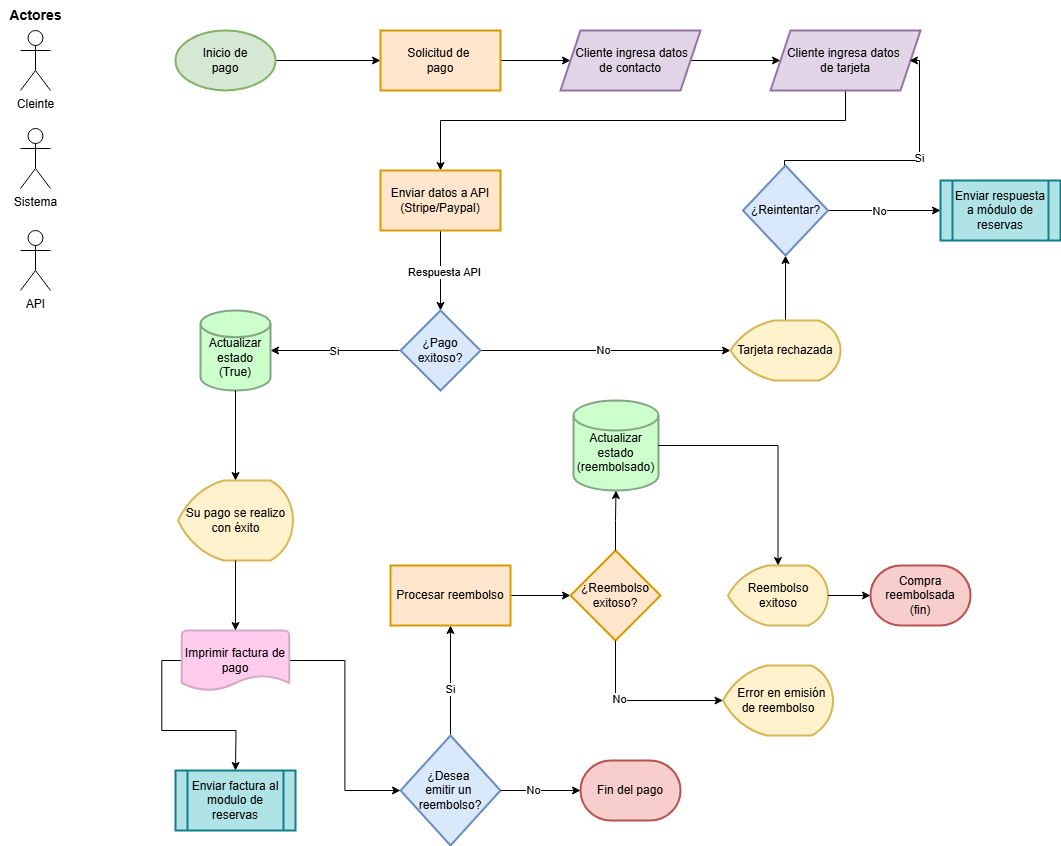
The draw.io diagram Flujograma de pago.png in DjGuetta/App-Hotel-Management, before a commit. Source tidied: cells renumbered, new cells last; positions are measured from the earlier drawing's top-left corner, leaving out a move shared by most shapes.
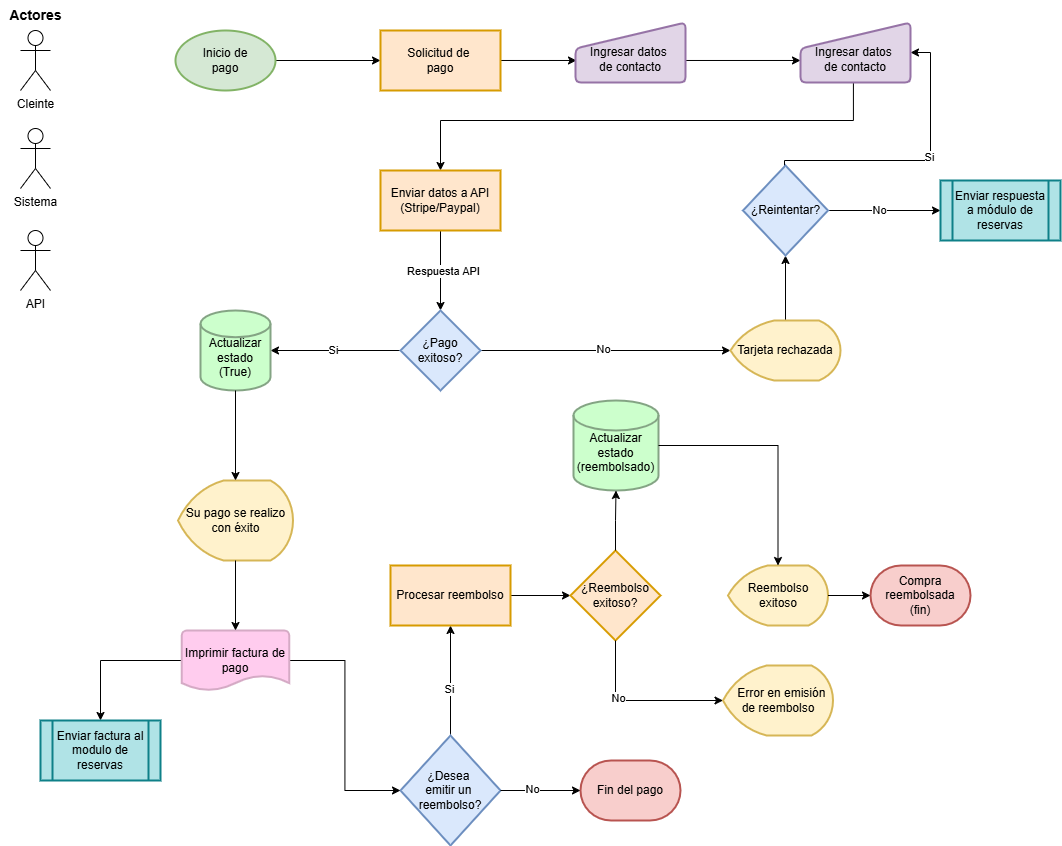
The same file after the commit.

Commit message:
Corrigiendo simbolos de diagrama de entrada manual

The edit, as a diff of the source:
```diff
@@ -8,29 +8,20 @@
     <mxCell id="3" value="Inicio de&lt;div&gt;pago&lt;/div&gt;" style="strokeWidth=2;html=1;shape=mxgraph.flowchart.start_1;whiteSpace=wrap;fillColor=#d5e8d4;strokeColor=#82b366;" parent="1" vertex="1">
       <mxGeometry x="175" y="30" width="100" height="60" as="geometry" />
     </mxCell>
-    <mxCell id="4" style="edgeStyle=orthogonalEdgeStyle;rounded=0;jettySize=auto;html=1;" parent="1" edge="1" source="5" target="7">
+    <mxCell id="4" style="edgeStyle=orthogonalEdgeStyle;rounded=0;jettySize=auto;html=1;entryX=0.009;entryY=0.633;entryDx=0;entryDy=0;entryPerimeter=0;" parent="1" edge="1" source="5" target="57">
       <mxGeometry relative="1" as="geometry" />
     </mxCell>
     <mxCell id="5" value="Solicitud de&amp;nbsp;&lt;div&gt;pago&lt;/div&gt;" style="whiteSpace=wrap;html=1;strokeWidth=2;fillColor=#ffe6cc;strokeColor=#d79b00;" parent="1" vertex="1">
       <mxGeometry x="380" y="30" width="120" height="60" as="geometry" />
     </mxCell>
-    <mxCell id="6" style="edgeStyle=orthogonalEdgeStyle;rounded=0;jettySize=auto;html=1;" parent="1" edge="1" source="7" target="9">
-      <mxGeometry relative="1" as="geometry" />
-    </mxCell>
-    <mxCell id="7" value="&amp;nbsp; Cliente ingresa datos&amp;nbsp;&lt;div&gt;de contacto&lt;/div&gt;" style="shape=parallelogram;perimeter=parallelogramPerimeter;whiteSpace=wrap;html=1;fixedSize=1;strokeWidth=2;fillColor=#e1d5e7;strokeColor=#9673a6;" parent="1" vertex="1">
-      <mxGeometry x="560" y="30" width="140" height="60" as="geometry" />
-    </mxCell>
-    <mxCell id="8" style="edgeStyle=orthogonalEdgeStyle;rounded=0;jettySize=auto;html=1;" parent="1" edge="1" source="9" target="12">
+    <mxCell id="8" style="edgeStyle=orthogonalEdgeStyle;rounded=0;jettySize=auto;html=1;exitX=0.481;exitY=1.009;exitDx=0;exitDy=0;exitPerimeter=0;" parent="1" edge="1" source="58" target="12">
       <mxGeometry relative="1" as="geometry">
         <Array as="points">
-          <mxPoint x="845" y="120" />
+          <mxPoint x="853" y="120" />
           <mxPoint x="440" y="120" />
         </Array>
       </mxGeometry>
     </mxCell>
-    <mxCell id="9" value="Cliente ingresa datos&amp;nbsp;&lt;div&gt;de tarjeta&lt;/div&gt;" style="shape=parallelogram;perimeter=parallelogramPerimeter;whiteSpace=wrap;html=1;fixedSize=1;strokeWidth=2;fillColor=#e1d5e7;strokeColor=#9673a6;" parent="1" vertex="1">
-      <mxGeometry x="770" y="30" width="150" height="60" as="geometry" />
-    </mxCell>
     <mxCell id="10" style="edgeStyle=orthogonalEdgeStyle;rounded=0;jettySize=auto;html=1;" parent="1" edge="1" source="12" target="24">
       <mxGeometry relative="1" as="geometry" />
     </mxCell>
@@ -62,20 +53,19 @@
     <mxCell id="18" style="edgeStyle=orthogonalEdgeStyle;rounded=0;jettySize=auto;html=1;" parent="1" edge="1" source="25" target="23">
       <mxGeometry relative="1" as="geometry" />
     </mxCell>
-    <mxCell id="19" style="edgeStyle=orthogonalEdgeStyle;rounded=0;orthogonalLoop=1;jettySize=auto;html=1;exitX=0.5;exitY=0;exitDx=0;exitDy=0;entryX=1;entryY=0.5;entryDx=0;entryDy=0;" parent="1" edge="1">
+    <mxCell id="19" style="edgeStyle=orthogonalEdgeStyle;rounded=0;jettySize=auto;html=1;exitX=0.5;exitY=0;exitDx=0;exitDy=0;entryX=1;entryY=0.5;entryDx=0;entryDy=0;" parent="1" edge="1" target="58">
       <mxGeometry relative="1" as="geometry">
         <mxPoint x="784" y="170" as="sourcePoint" />
-        <mxPoint x="909" y="60" as="targetPoint" />
         <Array as="points">
           <mxPoint x="784" y="160" />
-          <mxPoint x="919" y="160" />
-          <mxPoint x="919" y="60" />
+          <mxPoint x="930" y="160" />
+          <mxPoint x="930" y="52" />
         </Array>
       </mxGeometry>
     </mxCell>
     <mxCell id="20" value="Si" style="edgeLabel;html=1;align=center;verticalAlign=middle;" parent="19" vertex="1">
       <mxGeometry x="0.09" y="-1" relative="1" as="geometry">
-        <mxPoint x="5" y="-4" as="offset" />
+        <mxPoint y="-4" as="offset" />
       </mxGeometry>
     </mxCell>
     <mxCell id="21" style="edgeStyle=orthogonalEdgeStyle;rounded=0;jettySize=auto;html=1;entryX=0;entryY=0.5;entryDx=0;entryDy=0;entryPerimeter=0;" parent="1" edge="1" source="23">
@@ -138,10 +128,8 @@
     <mxCell id="38" style="edgeStyle=orthogonalEdgeStyle;rounded=0;jettySize=auto;html=1;exitX=1;exitY=0.5;exitDx=0;exitDy=0;exitPerimeter=0;entryX=0;entryY=0.5;entryDx=0;entryDy=0;entryPerimeter=0;" parent="1" edge="1" source="36" target="37">
       <mxGeometry relative="1" as="geometry" />
     </mxCell>
-    <mxCell id="39" style="edgeStyle=orthogonalEdgeStyle;rounded=0;jettySize=auto;html=1;exitX=0;exitY=0.5;exitDx=0;exitDy=0;exitPerimeter=0;entryX=0.5;entryY=0;entryDx=0;entryDy=0;" parent="1" edge="1" source="41">
-      <mxGeometry relative="1" as="geometry">
-        <mxPoint x="235" y="770" as="targetPoint" />
-      </mxGeometry>
+    <mxCell id="39" style="edgeStyle=orthogonalEdgeStyle;rounded=0;jettySize=auto;html=1;exitX=0;exitY=0.5;exitDx=0;exitDy=0;exitPerimeter=0;entryX=0.5;entryY=0;entryDx=0;entryDy=0;" parent="1" edge="1" source="41" target="43">
+      <mxGeometry relative="1" as="geometry" />
     </mxCell>
     <mxCell id="40" style="edgeStyle=orthogonalEdgeStyle;rounded=0;jettySize=auto;html=1;exitX=1;exitY=0.5;exitDx=0;exitDy=0;exitPerimeter=0;entryX=0;entryY=0.5;entryDx=0;entryDy=0;" parent="1" edge="1" source="41" target="30">
       <mxGeometry relative="1" as="geometry" />
@@ -153,7 +141,7 @@
       <mxGeometry relative="1" as="geometry" />
     </mxCell>
     <mxCell id="43" value="Enviar factura al modulo de reservas" style="shape=process;whiteSpace=wrap;html=1;backgroundOutline=1;strokeWidth=2;fillColor=#b0e3e6;strokeColor=#0e8088;" parent="1" vertex="1">
-      <mxGeometry x="175" y="770" width="120" height="60" as="geometry" />
+      <mxGeometry x="40" y="720" width="120" height="60" as="geometry" />
     </mxCell>
     <mxCell id="44" value="Cleinte" style="shape=umlActor;verticalLabelPosition=bottom;verticalAlign=top;html=1;" parent="1" vertex="1">
       <mxGeometry x="20" y="30" width="30" height="60" as="geometry" />
@@ -193,5 +181,14 @@
     <mxCell id="55" value="Enviar respuesta a módulo de reservas" style="shape=process;whiteSpace=wrap;html=1;backgroundOutline=1;strokeWidth=2;fillColor=#b0e3e6;strokeColor=#0e8088;" parent="1" vertex="1">
       <mxGeometry x="940" y="180" width="120" height="60" as="geometry" />
     </mxCell>
+    <mxCell id="56" style="edgeStyle=orthogonalEdgeStyle;rounded=0;jettySize=auto;html=1;exitX=0.955;exitY=0.633;exitDx=0;exitDy=0;entryX=0;entryY=0.633;entryDx=0;entryDy=0;entryPerimeter=0;exitPerimeter=0;" parent="1" edge="1" source="57" target="58">
+      <mxGeometry relative="1" as="geometry" />
+    </mxCell>
+    <mxCell id="57" value="&amp;nbsp;&amp;nbsp;&lt;div&gt;&lt;span style=&quot;background-color: transparent; color: light-dark(rgb(0, 0, 0), rgb(255, 255, 255));&quot;&gt;Ingresar datos&amp;nbsp;&lt;/span&gt;&lt;/div&gt;&lt;div&gt;&lt;div&gt;de contacto&lt;/div&gt;&lt;/div&gt;" style="html=1;strokeWidth=2;shape=manualInput;whiteSpace=wrap;rounded=1;size=26;arcSize=11;fillColor=#e1d5e7;strokeColor=#9673a6;" parent="1" vertex="1">
+      <mxGeometry x="575" y="22" width="110" height="60" as="geometry" />
+    </mxCell>
+    <mxCell id="58" value="&amp;nbsp;&amp;nbsp;&lt;div&gt;&lt;span style=&quot;background-color: transparent; color: light-dark(rgb(0, 0, 0), rgb(255, 255, 255));&quot;&gt;Ingresar datos&amp;nbsp;&lt;/span&gt;&lt;/div&gt;&lt;div&gt;&lt;div&gt;de contacto&lt;/div&gt;&lt;/div&gt;" style="html=1;strokeWidth=2;shape=manualInput;whiteSpace=wrap;rounded=1;size=26;arcSize=11;fillColor=#e1d5e7;strokeColor=#9673a6;" parent="1" vertex="1">
+      <mxGeometry x="800" y="22" width="110" height="60" as="geometry" />
+    </mxCell>
   </root>
 </mxGraphModel>
```
